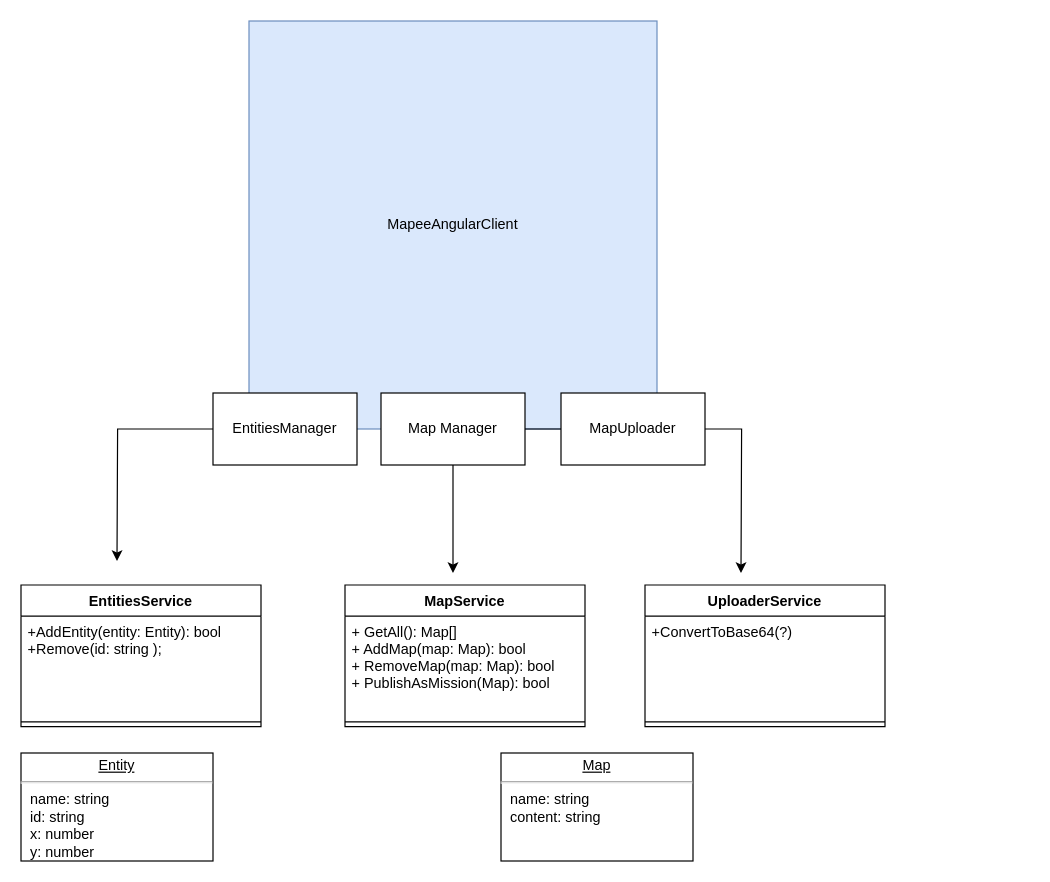
Above: Docs/Mapee.drawio in RoiPeretz/CleanCodeProject (draw.io), before the change. Source tidied: cells renumbered, new cells numbered last; positions are measured from the earlier drawing's top-left corner, leaving out a move shared by most shapes. Both pictures are drawn from the tidied source at 120%, with x=0, y=0 at pixel (20, 20).
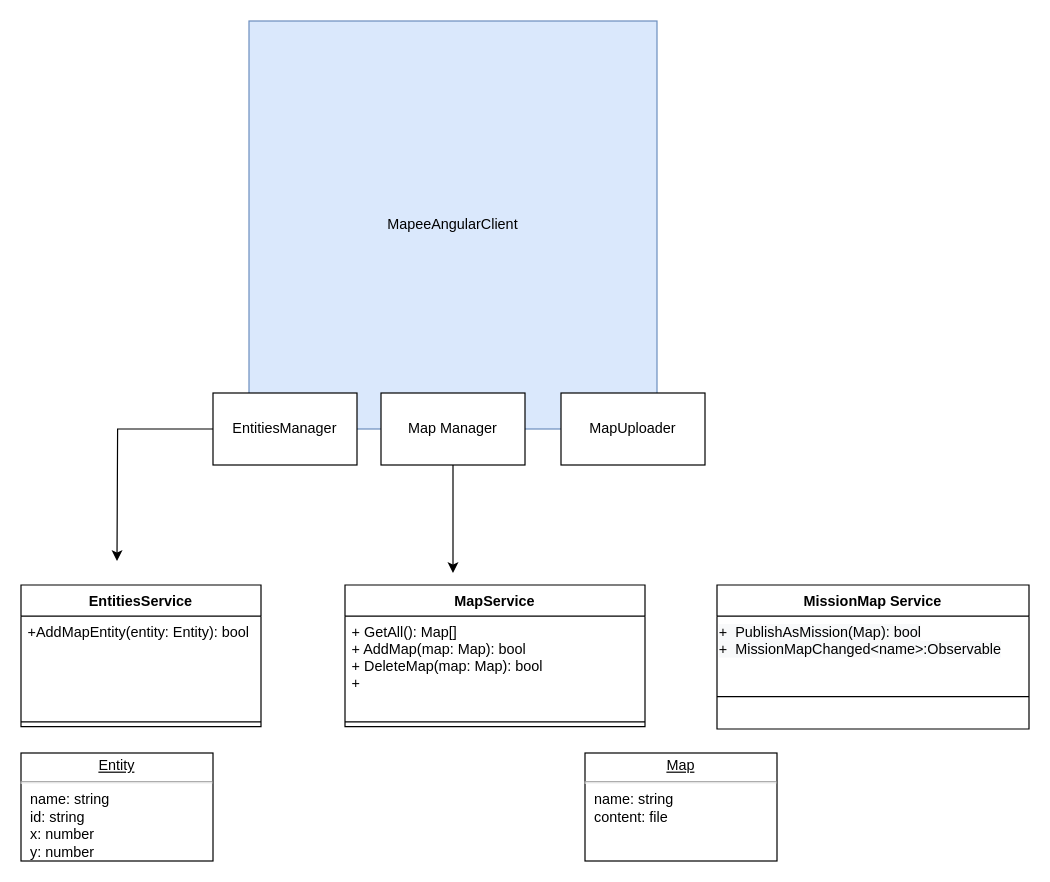
The same diagram, later.

Commit message:
updated after davids review

Unchanged cells that the change refers to:
```xml
<mxCell id="5" value="Map Manager" style="rounded=0;whiteSpace=wrap;html=1;" parent="1" vertex="1">
  <mxGeometry x="300" y="310" width="120" height="60" as="geometry" />
</mxCell>
<mxCell id="10" value="EntitiesService" style="swimlane;fontStyle=1;align=center;verticalAlign=top;horizontal=1;startSize=26;" parent="1" vertex="1">
  <mxGeometry y="470" width="200" height="118" as="geometry" />
</mxCell>
```

Diff of the diagram source:
```diff
@@
-    <mxCell id="3" style="edgeStyle=orthogonalEdgeStyle;rounded=0;jettySize=auto;html=1;" parent="1" edge="1" source="5">
-      <mxGeometry relative="1" as="geometry">
-        <mxPoint x="600" y="460" as="targetPoint" />
-      </mxGeometry>
-    </mxCell>
@@
-    <mxCell id="11" value="+AddEntity(entity: Entity): bool &#10;+Remove(id: string );&#10;" style="text;strokeColor=none;fillColor=none;align=left;verticalAlign=top;spacingLeft=4;spacingRight=4;overflow=hidden;" parent="10" vertex="1">
+    <mxCell id="11" value="+AddMapEntity(entity: Entity): bool &#10;&#10;" style="text;strokeColor=none;fillColor=none;align=left;verticalAlign=top;spacingLeft=4;spacingRight=4;overflow=hidden;" parent="10" vertex="1">
       <mxGeometry y="26" width="200" height="84" as="geometry" />
     </mxCell>
@@
-    <mxCell id="13" value="&lt;p style=&quot;margin: 0px ; margin-top: 4px ; text-align: center ; text-decoration: underline&quot;&gt;Map&lt;/p&gt;&lt;hr&gt;&lt;p style=&quot;margin: 0px ; margin-left: 8px&quot;&gt;name: string&amp;nbsp;&lt;/p&gt;&lt;p style=&quot;margin: 0px ; margin-left: 8px&quot;&gt;content: string&lt;/p&gt;&lt;p style=&quot;margin: 0px ; margin-left: 8px&quot;&gt;&lt;br&gt;&lt;/p&gt;" style="verticalAlign=top;align=left;overflow=fill;fontSize=12;fontFamily=Helvetica;html=1;" parent="1" vertex="1">
-      <mxGeometry x="400" y="610" width="160" height="90" as="geometry" />
+    <mxCell id="13" value="&lt;p style=&quot;margin: 0px ; margin-top: 4px ; text-align: center ; text-decoration: underline&quot;&gt;Map&lt;/p&gt;&lt;hr&gt;&lt;p style=&quot;margin: 0px ; margin-left: 8px&quot;&gt;name: string&amp;nbsp;&lt;/p&gt;&lt;p style=&quot;margin: 0px ; margin-left: 8px&quot;&gt;content: file&lt;/p&gt;&lt;p style=&quot;margin: 0px ; margin-left: 8px&quot;&gt;&lt;br&gt;&lt;/p&gt;" style="verticalAlign=top;align=left;overflow=fill;fontSize=12;fontFamily=Helvetica;html=1;" parent="1" vertex="1">
+      <mxGeometry x="470" y="610" width="160" height="90" as="geometry" />
     </mxCell>
     <mxCell id="14" value="MapService" style="swimlane;fontStyle=1;align=center;verticalAlign=top;horizontal=1;startSize=26;" parent="1" vertex="1">
-      <mxGeometry x="270" y="470" width="200" height="118" as="geometry" />
+      <mxGeometry x="270" y="470" width="250" height="118" as="geometry" />
     </mxCell>
-    <mxCell id="15" value="+ GetAll(): Map[]&#10;+ AddMap(map: Map): bool&#10;+ RemoveMap(map: Map): bool&#10;+ PublishAsMission(Map): bool " style="text;strokeColor=none;fillColor=none;align=left;verticalAlign=top;spacingLeft=4;spacingRight=4;overflow=hidden;" parent="14" vertex="1">
-      <mxGeometry y="26" width="200" height="84" as="geometry" />
+    <mxCell id="15" value="+ GetAll(): Map[]&#10;+ AddMap(map: Map): bool&#10;+ DeleteMap(map: Map): bool&#10;+" style="text;strokeColor=none;fillColor=none;align=left;verticalAlign=top;spacingLeft=4;spacingRight=4;overflow=hidden;" parent="14" vertex="1">
+      <mxGeometry y="26" width="250" height="84" as="geometry" />
     </mxCell>
     <mxCell id="16" style="line;strokeWidth=1;fillColor=none;align=left;verticalAlign=middle;spacingTop=-1;spacingLeft=3;spacingRight=3;labelPosition=right;" parent="14" vertex="1">
-      <mxGeometry y="110" width="200" height="8" as="geometry" />
+      <mxGeometry y="110" width="250" height="8" as="geometry" />
     </mxCell>
-    <mxCell id="17" value="UploaderService" style="swimlane;fontStyle=1;align=center;verticalAlign=top;horizontal=1;startSize=26;" parent="1" vertex="1">
-      <mxGeometry x="520" y="470" width="200" height="118" as="geometry" />
+    <mxCell id="17" value="MissionMap Service" style="swimlane;fontStyle=1;align=center;verticalAlign=top;horizontal=1;startSize=26;" parent="1" vertex="1">
+      <mxGeometry x="580" y="470" width="260" height="120" as="geometry" />
     </mxCell>
-    <mxCell id="18" value="+ConvertToBase64(?)" style="text;strokeColor=none;fillColor=none;align=left;verticalAlign=top;spacingLeft=4;spacingRight=4;overflow=hidden;" parent="17" vertex="1">
-      <mxGeometry y="26" width="200" height="84" as="geometry" />
-    </mxCell>
+    <mxCell id="20" value="&lt;span style=&quot;color: rgb(0 , 0 , 0) ; font-family: &amp;#34;helvetica&amp;#34; ; font-size: 12px ; font-style: normal ; font-weight: 400 ; letter-spacing: normal ; text-align: left ; text-indent: 0px ; text-transform: none ; word-spacing: 0px ; background-color: rgb(248 , 249 , 250) ; display: inline ; float: none&quot;&gt;&lt;span&gt;+&amp;nbsp;&amp;nbsp;&lt;/span&gt;PublishAsMission(Map): bool&lt;/span&gt;&lt;br style=&quot;padding: 0px ; margin: 0px ; color: rgb(0 , 0 , 0) ; font-family: &amp;#34;helvetica&amp;#34; ; font-size: 12px ; font-style: normal ; font-weight: 400 ; letter-spacing: normal ; text-align: left ; text-indent: 0px ; text-transform: none ; word-spacing: 0px ; background-color: rgb(248 , 249 , 250)&quot;&gt;&lt;span style=&quot;color: rgb(0 , 0 , 0) ; font-family: &amp;#34;helvetica&amp;#34; ; font-size: 12px ; font-style: normal ; font-weight: 400 ; letter-spacing: normal ; text-align: left ; text-indent: 0px ; text-transform: none ; word-spacing: 0px ; background-color: rgb(248 , 249 , 250) ; display: inline ; float: none&quot;&gt;+&amp;nbsp; MissionMapChanged&amp;lt;name&amp;gt;:Observable&lt;/span&gt;" style="text;whiteSpace=wrap;html=1;" parent="17" vertex="1">
+      <mxGeometry y="26" width="260" height="40" as="geometry" />
+    </mxCell>
     <mxCell id="19" style="line;strokeWidth=1;fillColor=none;align=left;verticalAlign=middle;spacingTop=-1;spacingLeft=3;spacingRight=3;labelPosition=right;" parent="17" vertex="1">
-      <mxGeometry y="110" width="200" height="8" as="geometry" />
+      <mxGeometry y="66" width="260" height="54" as="geometry" />
     </mxCell>
```
